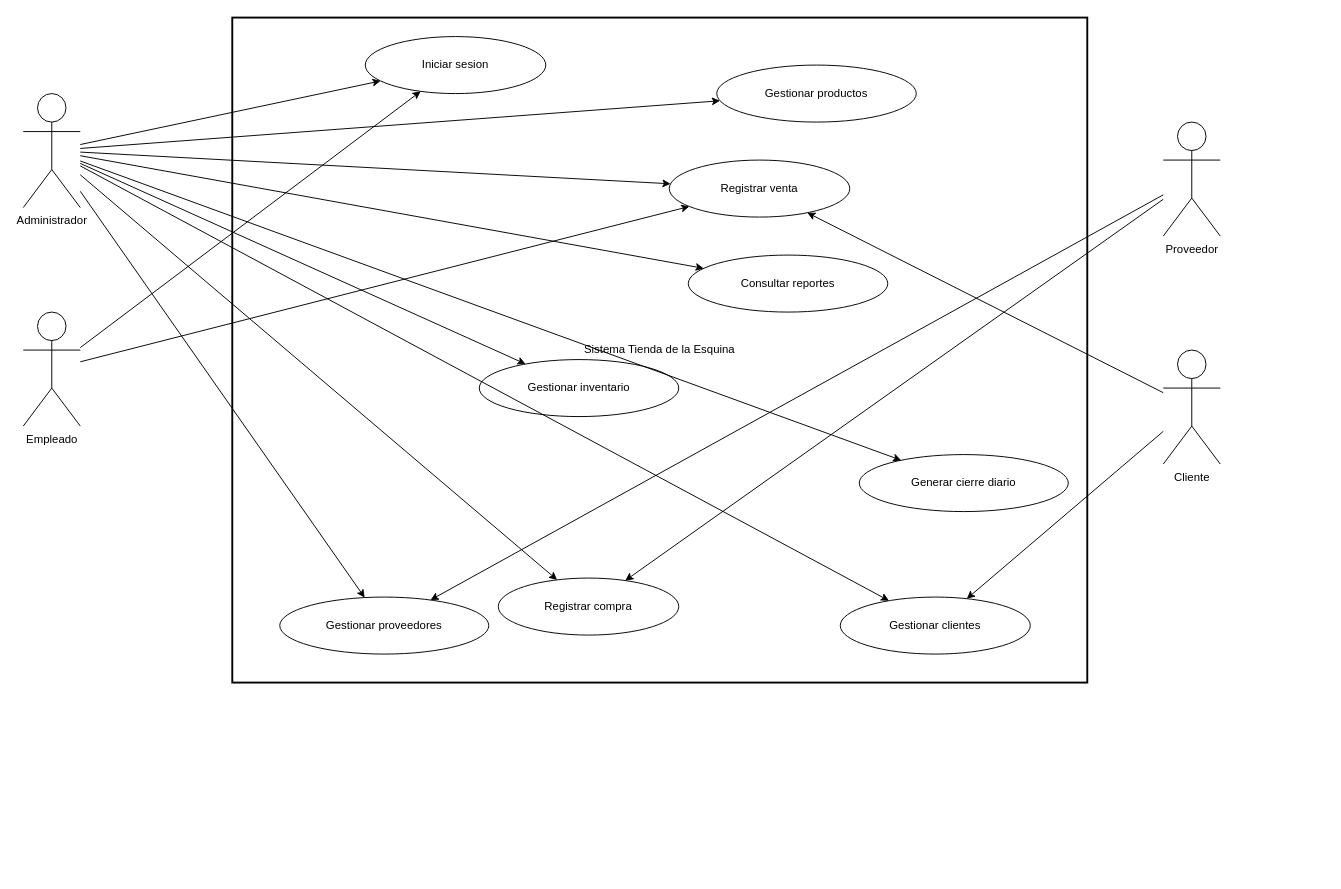
Earlier version of the draw.io diagram diagramas/drawio/01-casos-uso-general.drawio (AYPG2023/tienda-esquina-system-analysis). Source tidied: cells renumbered, new cells numbered last; positions are measured from the earlier drawing's top-left corner, leaving out a move shared by most shapes. Both pictures are drawn from the tidied source at 95%, with x=0, y=0 at pixel (23, 17).
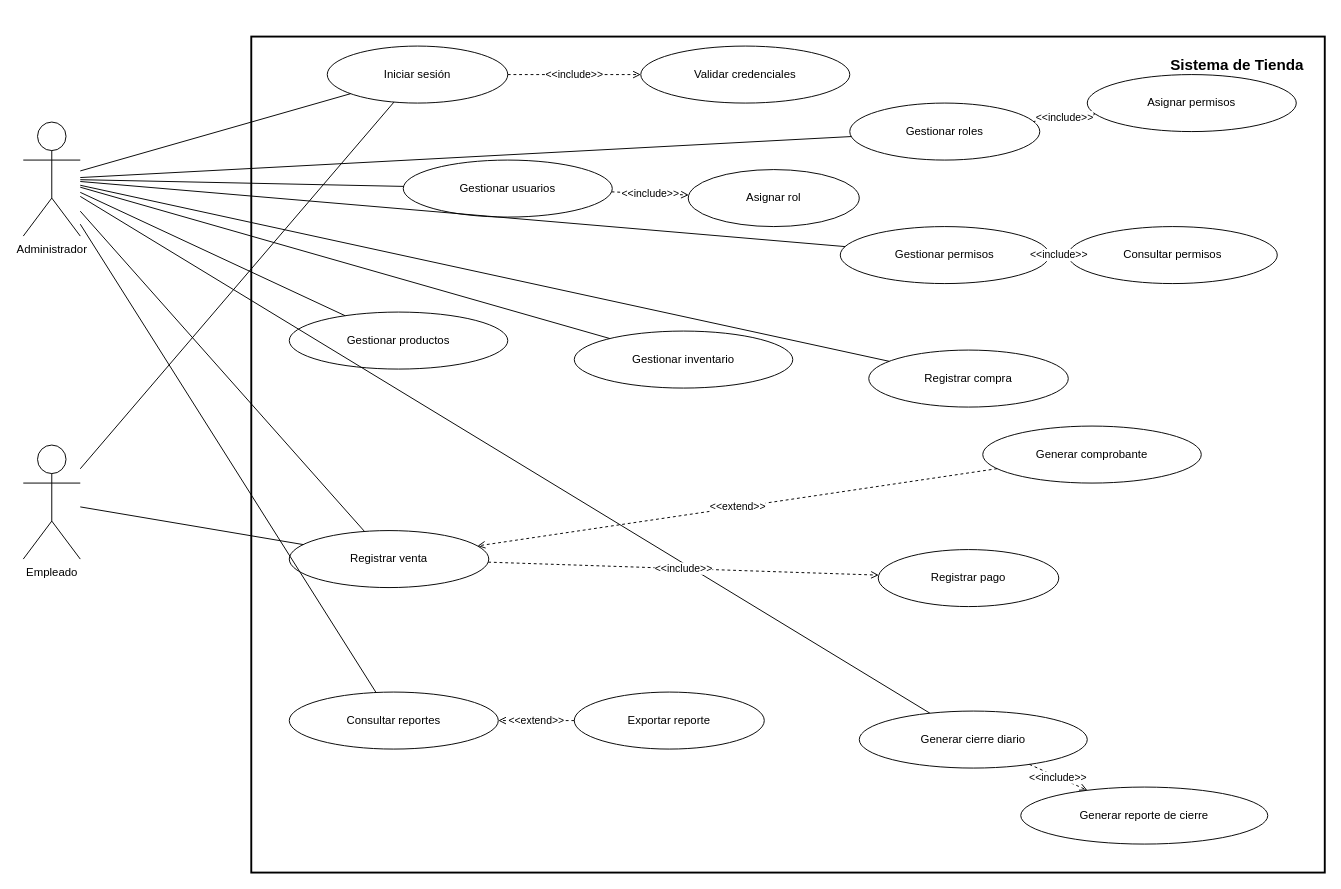
The same page after the edit.

The edit, as a diff of the source:
```diff
@@
-    <mxCell id="2" value="Sistema Tienda de la Esquina" style="rounded=0;whiteSpace=wrap;html=1;strokeWidth=2;" parent="1" vertex="1">
-      <mxGeometry x="220" width="900" height="700" as="geometry" />
+    <mxCell id="2" style="rounded=0;whiteSpace=wrap;html=1;strokeWidth=2;" parent="1" vertex="1">
+      <mxGeometry x="240" y="20" width="1130" height="880" as="geometry" />
     </mxCell>
+    <mxCell id="31" value="Sistema de Tienda" style="text;html=1;strokeColor=none;fillColor=none;align=right;verticalAlign=middle;whiteSpace=wrap;rounded=0;fontStyle=1;fontSize=16;" parent="1" vertex="1">
+      <mxGeometry x="1050" y="35" width="300" height="30" as="geometry" />
+    </mxCell>
+    <mxCell id="32" value="Administrador" style="shape=umlActor;verticalLabelPosition=bottom;verticalAlign=top;html=1;" parent="1" vertex="1">
+      <mxGeometry y="110" width="60" height="120" as="geometry" />
+    </mxCell>
+    <mxCell id="33" value="Empleado" style="shape=umlActor;verticalLabelPosition=bottom;verticalAlign=top;html=1;" parent="1" vertex="1">
+      <mxGeometry y="450" width="60" height="120" as="geometry" />
+    </mxCell>
+    <mxCell id="34" value="Iniciar sesión" style="ellipse;whiteSpace=wrap;html=1;" parent="1" vertex="1">
+      <mxGeometry x="320" y="30" width="190" height="60" as="geometry" />
+    </mxCell>
+    <mxCell id="35" value="Validar credenciales" style="ellipse;whiteSpace=wrap;html=1;" parent="1" vertex="1">
+      <mxGeometry x="650" y="30" width="220" height="60" as="geometry" />
+    </mxCell>
+    <mxCell id="36" value="Gestionar usuarios" style="ellipse;whiteSpace=wrap;html=1;" parent="1" vertex="1">
+      <mxGeometry x="400" y="150" width="220" height="60" as="geometry" />
+    </mxCell>
+    <mxCell id="37" value="Asignar rol" style="ellipse;whiteSpace=wrap;html=1;" parent="1" vertex="1">
+      <mxGeometry x="700" y="160" width="180" height="60" as="geometry" />
+    </mxCell>
+    <mxCell id="38" value="Gestionar roles" style="ellipse;whiteSpace=wrap;html=1;" parent="1" vertex="1">
+      <mxGeometry x="870" y="90" width="200" height="60" as="geometry" />
+    </mxCell>
+    <mxCell id="39" value="Asignar permisos" style="ellipse;whiteSpace=wrap;html=1;" parent="1" vertex="1">
+      <mxGeometry x="1120" y="60" width="220" height="60" as="geometry" />
+    </mxCell>
+    <mxCell id="40" value="Gestionar permisos" style="ellipse;whiteSpace=wrap;html=1;" parent="1" vertex="1">
+      <mxGeometry x="860" y="220" width="220" height="60" as="geometry" />
+    </mxCell>
+    <mxCell id="41" value="Consultar permisos" style="ellipse;whiteSpace=wrap;html=1;" parent="1" vertex="1">
+      <mxGeometry x="1100" y="220" width="220" height="60" as="geometry" />
+    </mxCell>
+    <mxCell id="8" value="Gestionar productos" style="ellipse;whiteSpace=wrap;html=1;" parent="1" vertex="1">
+      <mxGeometry x="280" y="310" width="230" height="60" as="geometry" />
+    </mxCell>
+    <mxCell id="9" value="Gestionar inventario" style="ellipse;whiteSpace=wrap;html=1;" parent="1" vertex="1">
+      <mxGeometry x="580" y="330" width="230" height="60" as="geometry" />
+    </mxCell>
+    <mxCell id="10" value="Registrar compra" style="ellipse;whiteSpace=wrap;html=1;" parent="1" vertex="1">
+      <mxGeometry x="890" y="350" width="210" height="60" as="geometry" />
+    </mxCell>
+    <mxCell id="11" value="Registrar venta" style="ellipse;whiteSpace=wrap;html=1;" parent="1" vertex="1">
+      <mxGeometry x="280" y="540" width="210" height="60" as="geometry" />
+    </mxCell>
+    <mxCell id="42" value="Registrar pago" style="ellipse;whiteSpace=wrap;html=1;" parent="1" vertex="1">
+      <mxGeometry x="900" y="560" width="190" height="60" as="geometry" />
+    </mxCell>
+    <mxCell id="43" value="Generar comprobante" style="ellipse;whiteSpace=wrap;html=1;" parent="1" vertex="1">
+      <mxGeometry x="1010" y="430" width="230" height="60" as="geometry" />
+    </mxCell>
+    <mxCell id="12" value="Consultar reportes" style="ellipse;whiteSpace=wrap;html=1;" parent="1" vertex="1">
+      <mxGeometry x="280" y="710" width="220" height="60" as="geometry" />
+    </mxCell>
+    <mxCell id="44" value="Exportar reporte" style="ellipse;whiteSpace=wrap;html=1;" parent="1" vertex="1">
+      <mxGeometry x="580" y="710" width="200" height="60" as="geometry" />
+    </mxCell>
+    <mxCell id="13" value="Generar cierre diario" style="ellipse;whiteSpace=wrap;html=1;" parent="1" vertex="1">
+      <mxGeometry x="880" y="730" width="240" height="60" as="geometry" />
+    </mxCell>
+    <mxCell id="45" value="Generar reporte de cierre" style="ellipse;whiteSpace=wrap;html=1;" parent="1" vertex="1">
+      <mxGeometry x="1050" y="810" width="260" height="60" as="geometry" />
+    </mxCell>
-    <mxCell id="3" value="Administrador" style="shape=umlActor;verticalLabelPosition=bottom;verticalAlign=top;html=1;" parent="1" vertex="1">
-      <mxGeometry y="80" width="60" height="120" as="geometry" />
+    <mxCell id="3" style="endArrow=none;html=1;" parent="1" edge="1" source="32" target="34">
+      <mxGeometry relative="1" as="geometry" />
     </mxCell>
-    <mxCell id="4" value="Empleado" style="shape=umlActor;verticalLabelPosition=bottom;verticalAlign=top;html=1;" parent="1" vertex="1">
-      <mxGeometry y="310" width="60" height="120" as="geometry" />
+    <mxCell id="4" style="endArrow=none;html=1;" parent="1" edge="1" source="33" target="34">
+      <mxGeometry relative="1" as="geometry" />
     </mxCell>
-    <mxCell id="5" value="Proveedor" style="shape=umlActor;verticalLabelPosition=bottom;verticalAlign=top;html=1;" parent="1" vertex="1">
-      <mxGeometry x="1200" y="110" width="60" height="120" as="geometry" />
+    <mxCell id="5" style="endArrow=none;html=1;" parent="1" edge="1" source="32" target="36">
+      <mxGeometry relative="1" as="geometry" />
     </mxCell>
-    <mxCell id="6" value="Cliente" style="shape=umlActor;verticalLabelPosition=bottom;verticalAlign=top;html=1;" parent="1" vertex="1">
-      <mxGeometry x="1200" y="350" width="60" height="120" as="geometry" />
+    <mxCell id="6" style="endArrow=none;html=1;" parent="1" edge="1" source="32" target="38">
+      <mxGeometry relative="1" as="geometry" />
     </mxCell>
-    <mxCell id="7" value="Iniciar sesion" style="ellipse;whiteSpace=wrap;html=1;" parent="1" vertex="1">
-      <mxGeometry x="360" y="20" width="190" height="60" as="geometry" />
-    </mxCell>
-    <mxCell id="8" value="Gestionar productos" style="ellipse;whiteSpace=wrap;html=1;" parent="1" vertex="1">
-      <mxGeometry x="730" y="50" width="210" height="60" as="geometry" />
-    </mxCell>
-    <mxCell id="9" value="Gestionar inventario" style="ellipse;whiteSpace=wrap;html=1;" parent="1" vertex="1">
-      <mxGeometry x="480" y="360" width="210" height="60" as="geometry" />
-    </mxCell>
-    <mxCell id="10" value="Registrar compra" style="ellipse;whiteSpace=wrap;html=1;" parent="1" vertex="1">
-      <mxGeometry x="500" y="590" width="190" height="60" as="geometry" />
-    </mxCell>
-    <mxCell id="11" value="Registrar venta" style="ellipse;whiteSpace=wrap;html=1;" parent="1" vertex="1">
-      <mxGeometry x="680" y="150" width="190" height="60" as="geometry" />
-    </mxCell>
-    <mxCell id="12" value="Consultar reportes" style="ellipse;whiteSpace=wrap;html=1;" parent="1" vertex="1">
-      <mxGeometry x="700" y="250" width="210" height="60" as="geometry" />
-    </mxCell>
-    <mxCell id="13" value="Generar cierre diario" style="ellipse;whiteSpace=wrap;html=1;" parent="1" vertex="1">
-      <mxGeometry x="880" y="460" width="220" height="60" as="geometry" />
-    </mxCell>
-    <mxCell id="14" value="Gestionar clientes" style="ellipse;whiteSpace=wrap;html=1;" parent="1" vertex="1">
-      <mxGeometry x="860" y="610" width="200" height="60" as="geometry" />
-    </mxCell>
-    <mxCell id="15" value="Gestionar proveedores" style="ellipse;whiteSpace=wrap;html=1;" parent="1" vertex="1">
-      <mxGeometry x="270" y="610" width="220" height="60" as="geometry" />
-    </mxCell>
-    <mxCell id="16" parent="1" edge="1" source="3" target="7">
-      <mxGeometry relative="1" as="geometry" />
-    </mxCell>
-    <mxCell id="17" parent="1" edge="1" source="4" target="7">
-      <mxGeometry relative="1" as="geometry" />
-    </mxCell>
-    <mxCell id="18" parent="1" edge="1" source="3" target="8">
-      <mxGeometry relative="1" as="geometry" />
-    </mxCell>
-    <mxCell id="19" parent="1" edge="1" source="3" target="9">
-      <mxGeometry relative="1" as="geometry" />
-    </mxCell>
-    <mxCell id="20" parent="1" edge="1" source="3" target="10">
-      <mxGeometry relative="1" as="geometry" />
-    </mxCell>
-    <mxCell id="21" parent="1" edge="1" source="4" target="11">
-      <mxGeometry relative="1" as="geometry" />
-    </mxCell>
-    <mxCell id="22" parent="1" edge="1" source="3" target="11">
-      <mxGeometry relative="1" as="geometry" />
-    </mxCell>
-    <mxCell id="23" parent="1" edge="1" source="3" target="12">
-      <mxGeometry relative="1" as="geometry" />
-    </mxCell>
-    <mxCell id="24" parent="1" edge="1" source="3" target="13">
-      <mxGeometry relative="1" as="geometry" />
-    </mxCell>
-    <mxCell id="25" parent="1" edge="1" source="3" target="14">
-      <mxGeometry relative="1" as="geometry" />
-    </mxCell>
-    <mxCell id="26" parent="1" edge="1" source="3" target="15">
-      <mxGeometry relative="1" as="geometry" />
-    </mxCell>
-    <mxCell id="27" parent="1" edge="1" source="5" target="10">
-      <mxGeometry relative="1" as="geometry" />
-    </mxCell>
-    <mxCell id="28" parent="1" edge="1" source="5" target="15">
-      <mxGeometry relative="1" as="geometry" />
-    </mxCell>
-    <mxCell id="29" parent="1" edge="1" source="6" target="11">
-      <mxGeometry relative="1" as="geometry" />
-    </mxCell>
-    <mxCell id="30" parent="1" edge="1" source="6" target="14">
-      <mxGeometry relative="1" as="geometry" />
-    </mxCell>
+    <mxCell id="46" style="endArrow=none;html=1;" parent="1" edge="1" source="32" target="40">
+      <mxGeometry relative="1" as="geometry" />
+    </mxCell>
+    <mxCell id="47" style="endArrow=none;html=1;" parent="1" edge="1" source="32" target="8">
+      <mxGeometry relative="1" as="geometry" />
+    </mxCell>
+    <mxCell id="48" style="endArrow=none;html=1;" parent="1" edge="1" source="32" target="9">
+      <mxGeometry relative="1" as="geometry" />
+    </mxCell>
+    <mxCell id="49" style="endArrow=none;html=1;" parent="1" edge="1" source="32" target="10">
+      <mxGeometry relative="1" as="geometry" />
+    </mxCell>
+    <mxCell id="50" style="endArrow=none;html=1;" parent="1" edge="1" source="32" target="11">
+      <mxGeometry relative="1" as="geometry" />
+    </mxCell>
+    <mxCell id="51" style="endArrow=none;html=1;" parent="1" edge="1" source="33" target="11">
+      <mxGeometry relative="1" as="geometry" />
+    </mxCell>
+    <mxCell id="52" style="endArrow=none;html=1;" parent="1" edge="1" source="32" target="12">
+      <mxGeometry relative="1" as="geometry" />
+    </mxCell>
+    <mxCell id="53" style="endArrow=none;html=1;" parent="1" edge="1" source="32" target="13">
+      <mxGeometry relative="1" as="geometry" />
+    </mxCell>
+    <mxCell id="54" value="&amp;lt;&amp;lt;include&amp;gt;&amp;gt;" style="dashed=1;endArrow=open;html=1;" parent="1" edge="1" source="34" target="35">
+      <mxGeometry relative="1" as="geometry" />
+    </mxCell>
+    <mxCell id="55" value="&amp;lt;&amp;lt;include&amp;gt;&amp;gt;" style="dashed=1;endArrow=open;html=1;" parent="1" edge="1" source="36" target="37">
+      <mxGeometry relative="1" as="geometry" />
+    </mxCell>
+    <mxCell id="56" value="&amp;lt;&amp;lt;include&amp;gt;&amp;gt;" style="dashed=1;endArrow=open;html=1;" parent="1" edge="1" source="38" target="39">
+      <mxGeometry relative="1" as="geometry" />
+    </mxCell>
+    <mxCell id="57" value="&amp;lt;&amp;lt;include&amp;gt;&amp;gt;" style="dashed=1;endArrow=open;html=1;" parent="1" edge="1" source="40" target="41">
+      <mxGeometry relative="1" as="geometry" />
+    </mxCell>
+    <mxCell id="58" value="&amp;lt;&amp;lt;include&amp;gt;&amp;gt;" style="dashed=1;endArrow=open;html=1;" parent="1" edge="1" source="11" target="42">
+      <mxGeometry relative="1" as="geometry" />
+    </mxCell>
+    <mxCell id="59" value="&amp;lt;&amp;lt;extend&amp;gt;&amp;gt;" style="dashed=1;endArrow=open;html=1;" parent="1" edge="1" source="43" target="11">
+      <mxGeometry relative="1" as="geometry" />
+    </mxCell>
+    <mxCell id="60" value="&amp;lt;&amp;lt;extend&amp;gt;&amp;gt;" style="dashed=1;endArrow=open;html=1;" parent="1" edge="1" source="44" target="12">
+      <mxGeometry relative="1" as="geometry" />
+    </mxCell>
+    <mxCell id="61" value="&amp;lt;&amp;lt;include&amp;gt;&amp;gt;" style="dashed=1;endArrow=open;html=1;" parent="1" edge="1" source="13" target="45">
+      <mxGeometry relative="1" as="geometry" />
+    </mxCell>
```
